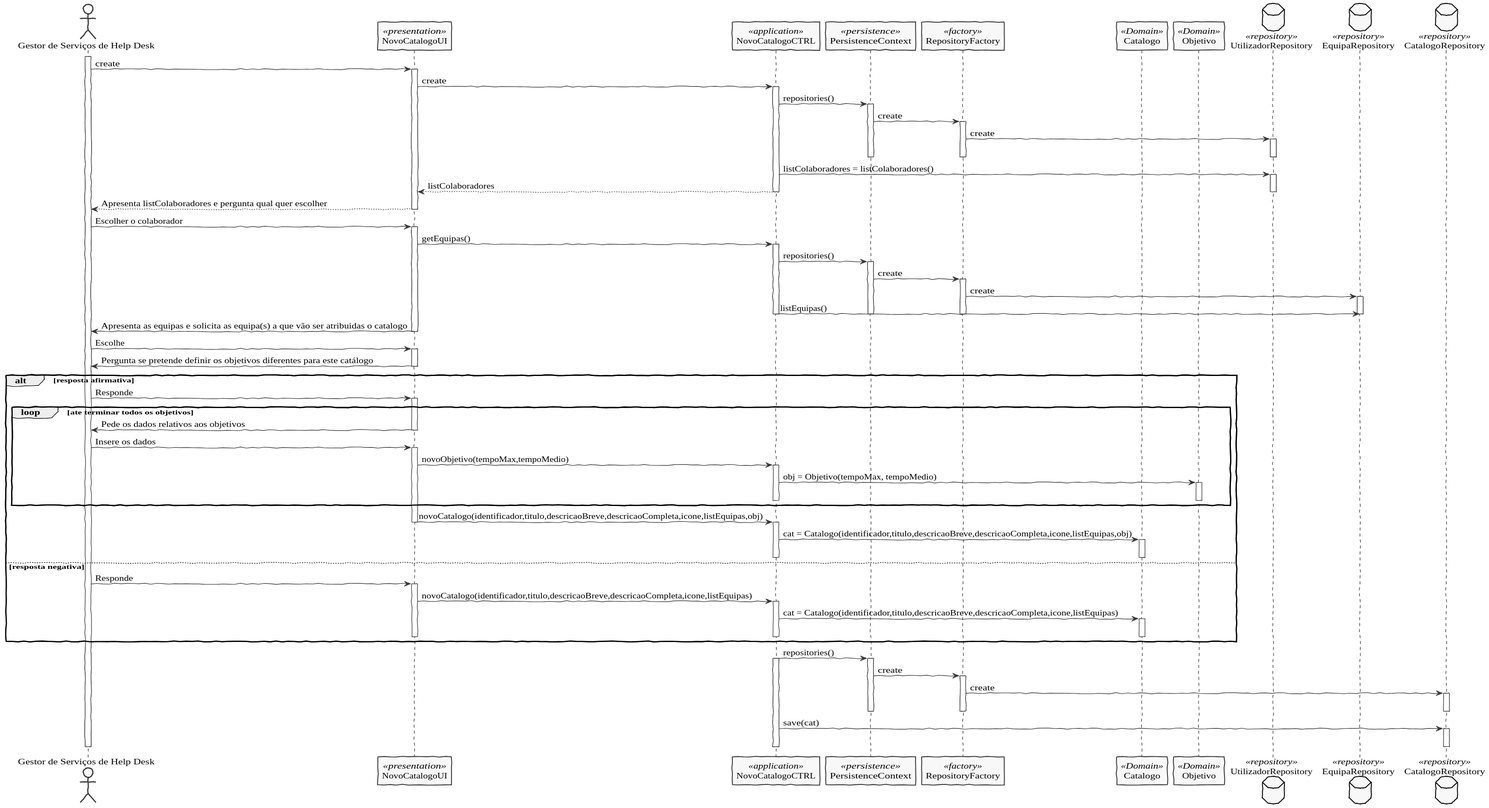
Before: docs/US2001/SD.svg, a diagram exported from PlantUML (pedrolemos4/LAPR4).
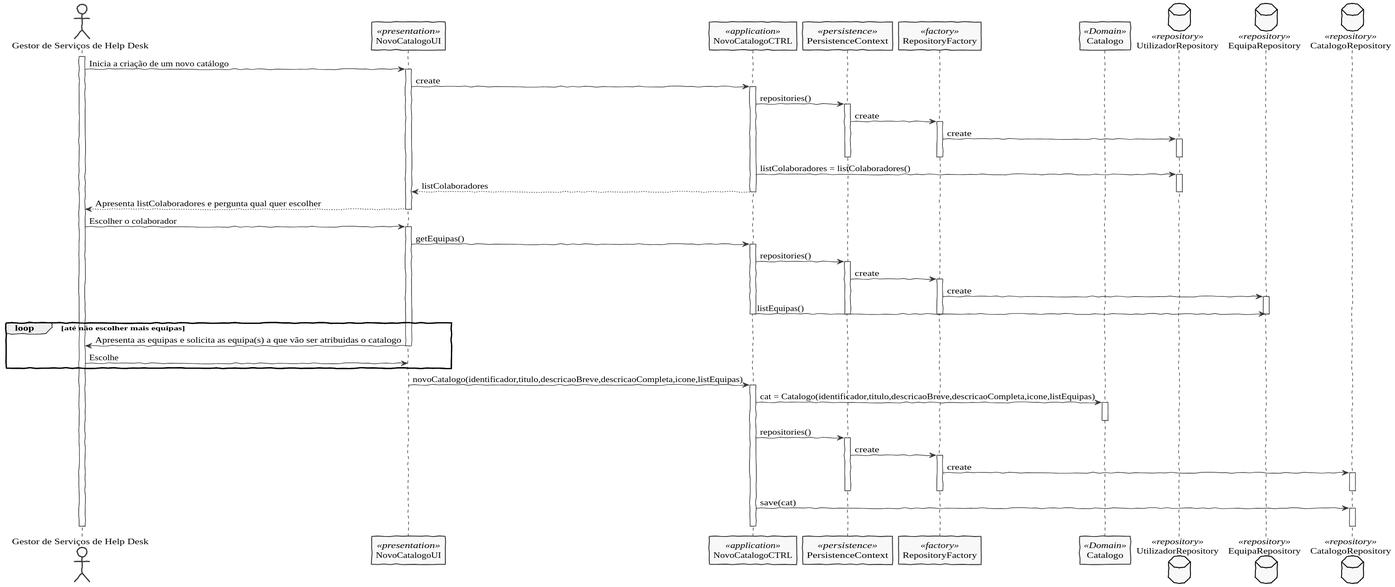
Above is the later version.

The edit, as a diff of the source:
```diff
@@ -11,14 +11,13 @@
 participant PersistenceContext as Persistence <<persistence>>
 participant RepositoryFactory as Factory <<factory>>
 participant Catalogo as Catalogo <<Domain>>
-participant Objetivo as Objetivo <<Domain>>
 database UtilizadorRepository as URepository <<repository>>
 database EquipaRepository as ERepository <<repository>>
 database CatalogoRepository as CRepository <<repository>>
 
 
 activate Actor
-    Actor -> UI: create
+    Actor -> UI: Inicia a criação de um novo catálogo
     activate UI
       UI -> Controller: create
     activate Controller
@@ -53,53 +52,18 @@
     deactivate Persistence
     deactivate Factory
     deactivate ERepository
+    loop até não escolher mais equipas
       UI -> Actor: Apresenta as equipas e solicita as equipa(s) a que vão ser atribuidas o catalogo
     deactivate UI
       Actor -> UI: Escolhe
-    activate UI
-
-      UI -> Actor: Pergunta se pretende definir os objetivos diferentes para este catálogo
-    deactivate UI
-
-    alt resposta afirmativa
-
-    Actor -> UI: Responde
-    activate UI
-
-    loop ate terminar todos os objetivos
-      UI ->   Actor: Pede os dados relativos aos objetivos
-    deactivate UI
-      Actor -> UI: Insere os dados
-    activate UI
-      UI -> Controller: novoObjetivo(tempoMax,tempoMedio)
-    activate Controller
-      Controller -> Objetivo: obj = Objetivo(tempoMax, tempoMedio)
-    activate Objetivo
-    deactivate Objetivo
-    deactivate Controller
-    end
-
-      UI -> Controller: novoCatalogo(identificador,titulo,descricaoBreve,descricaoCompleta,icone,listEquipas,obj)
-    deactivate UI
-    activate Controller
-      Controller -> Catalogo: cat = Catalogo(identificador,titulo,descricaoBreve,descricaoCompleta,icone,listEquipas,obj)
-    activate Catalogo
-    deactivate Catalogo
-    deactivate Controller
-    else resposta negativa
-      Actor -> UI: Responde
+    end loop
     activate UI
       UI -> Controller: novoCatalogo(identificador,titulo,descricaoBreve,descricaoCompleta,icone,listEquipas)
     activate Controller
       Controller -> Catalogo: cat = Catalogo(identificador,titulo,descricaoBreve,descricaoCompleta,icone,listEquipas)
     activate Catalogo
     deactivate Catalogo
-    deactivate Controller
-    deactivate UI
-    end
-
       Controller -> Persistence: repositories()
-    activate Controller
     activate Persistence
       Persistence -> Factory: create
     activate Factory
@@ -112,6 +76,7 @@
     activate CRepository
     deactivate CRepository
     deactivate Controller
+    deactivate UI
 
 deactivate Actor
 @enduml
```
